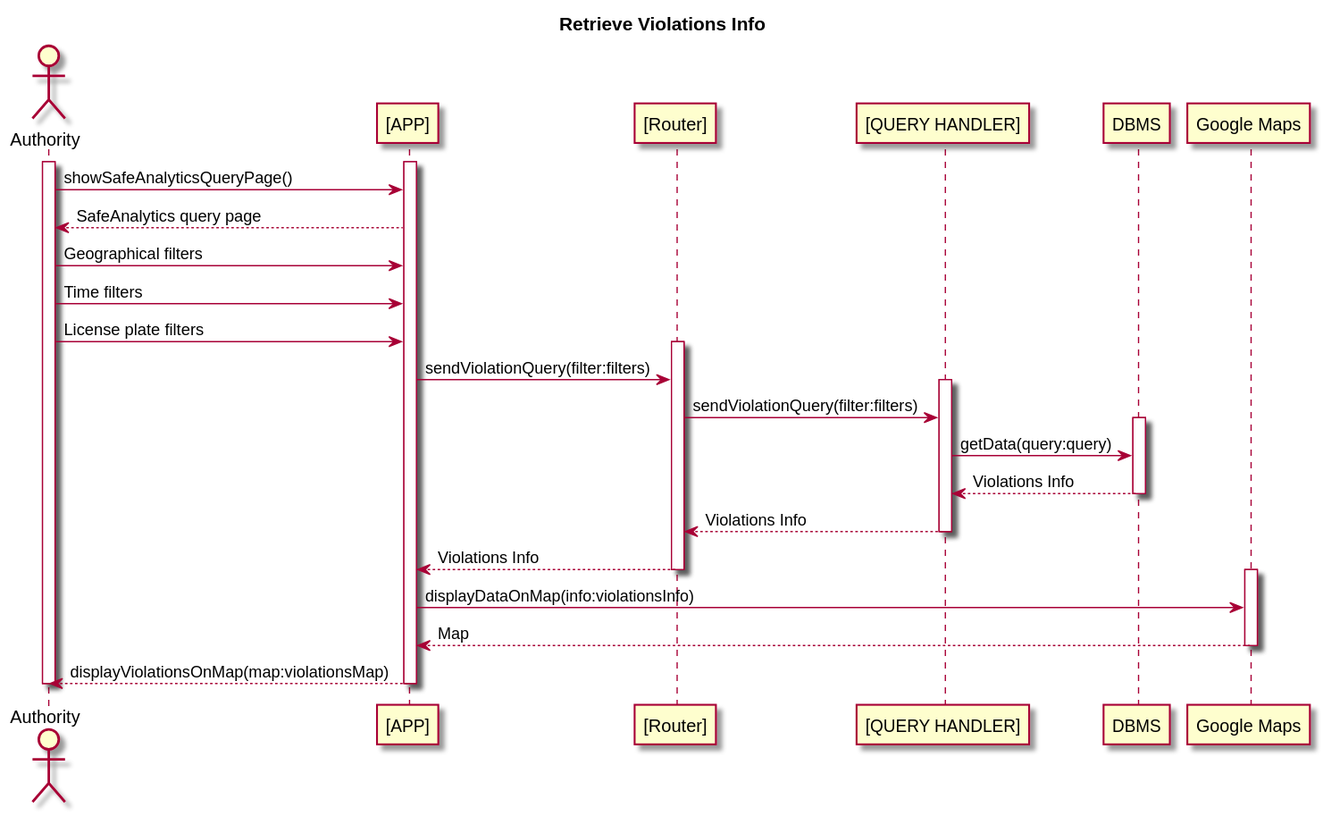
This is DD/resources/retrieve_violation_info.svg from simonebraga/software_engineering_project_2020, a PlantUML export, as it was before one commit.
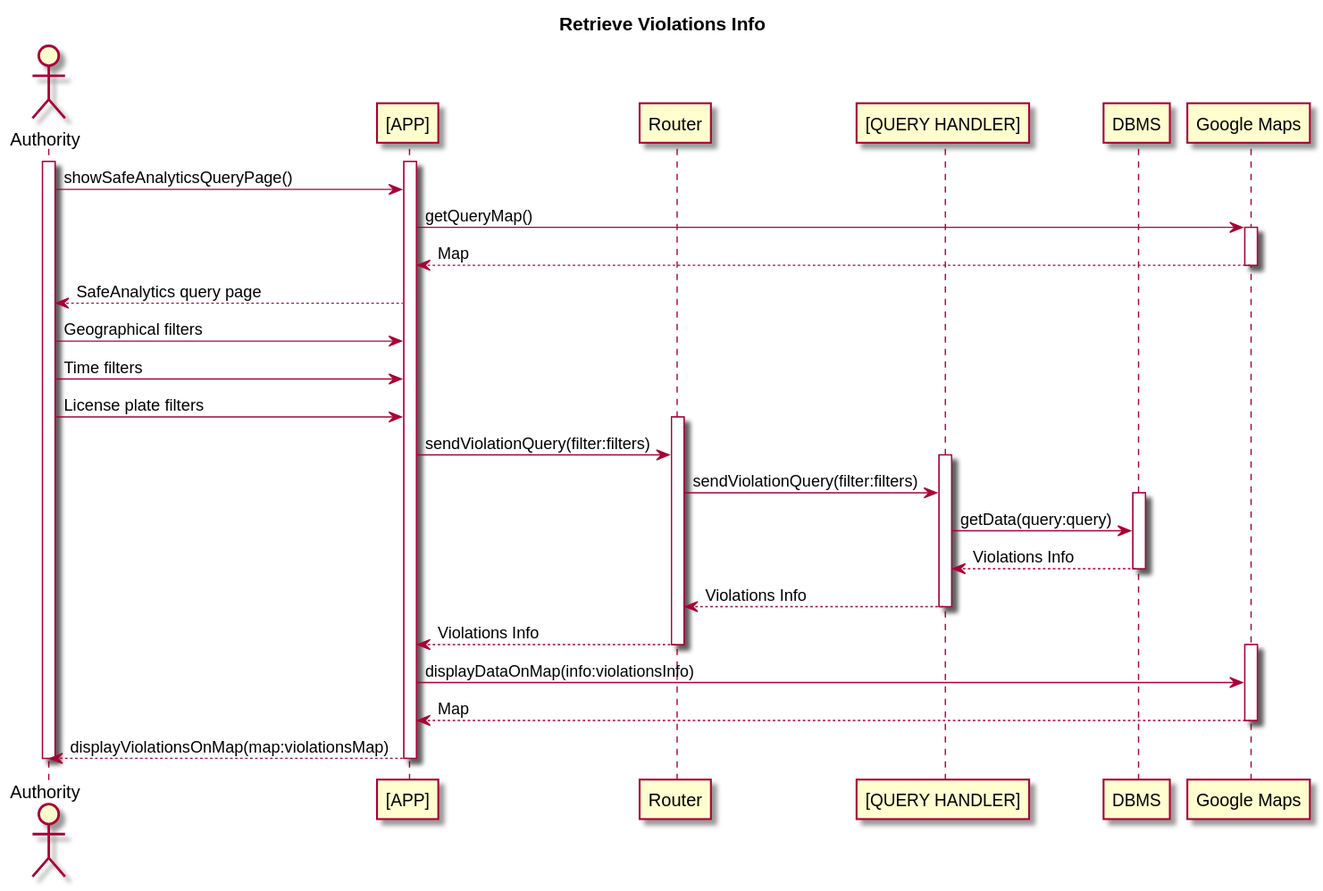
Later version of the same file.

The edit, as a diff of the source:
```diff
@@ -4,7 +4,7 @@
 
 actor Authority as auth
 participant "[APP]" as app
-participant "[Router]" as rout
+participant "Router" as rout
 participant "[QUERY HANDLER]" as queryh
 participant "DBMS" as db
 participant "Google Maps" as google
@@ -13,6 +13,10 @@
 activate app
 
   auth -> app : showSafeAnalyticsQueryPage()
+  app -> google : getQueryMap()
+  activate google
+    google --> app : Map
+  deactivate google
   app --> auth : SafeAnalytics query page
   auth -> app : Geographical filters
   auth -> app : Time filters
```
